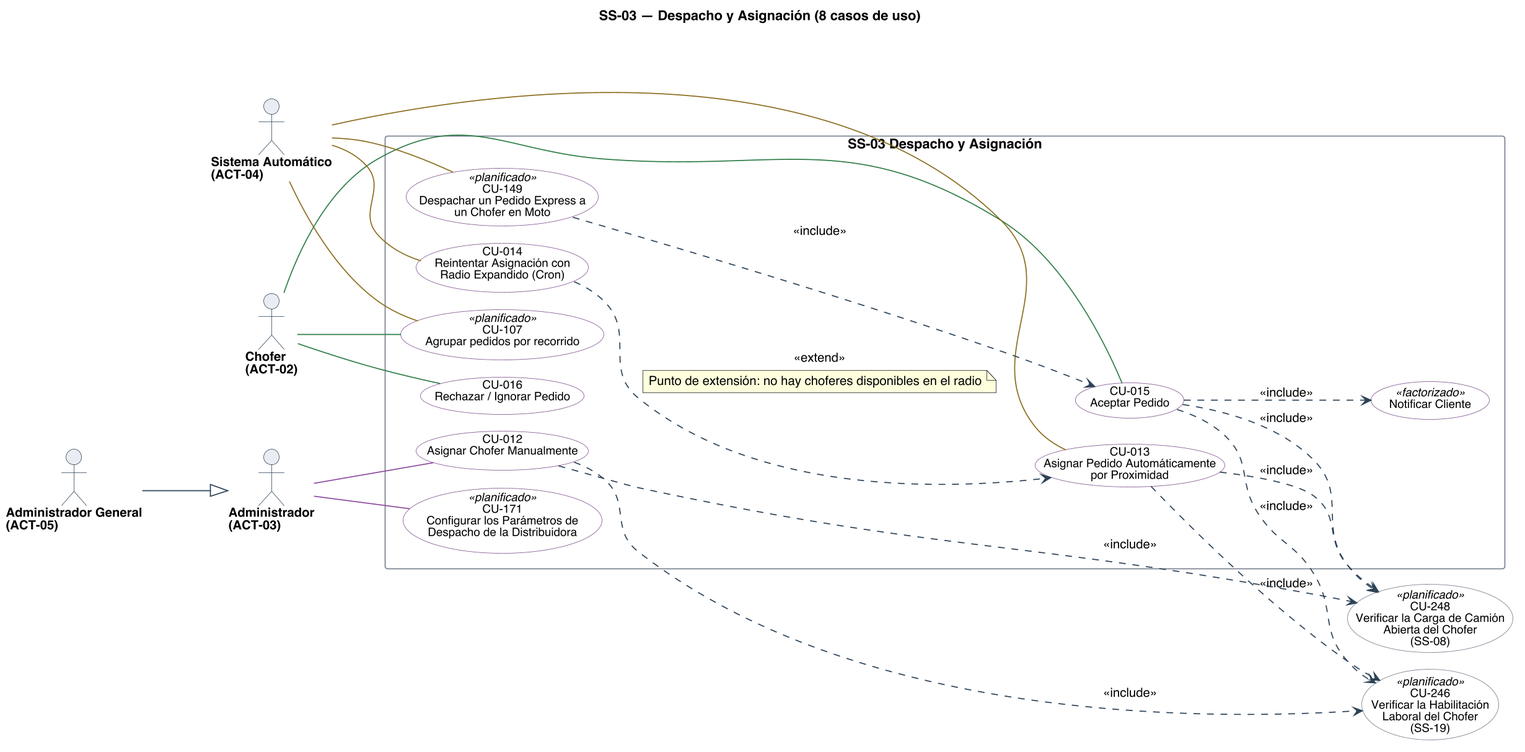
The PlantUML diagram diagramas/uml/CU_SS-03_Despacho-Y-Asignacion.png in Nahuelito-Dev/splg-docs, before a commit.
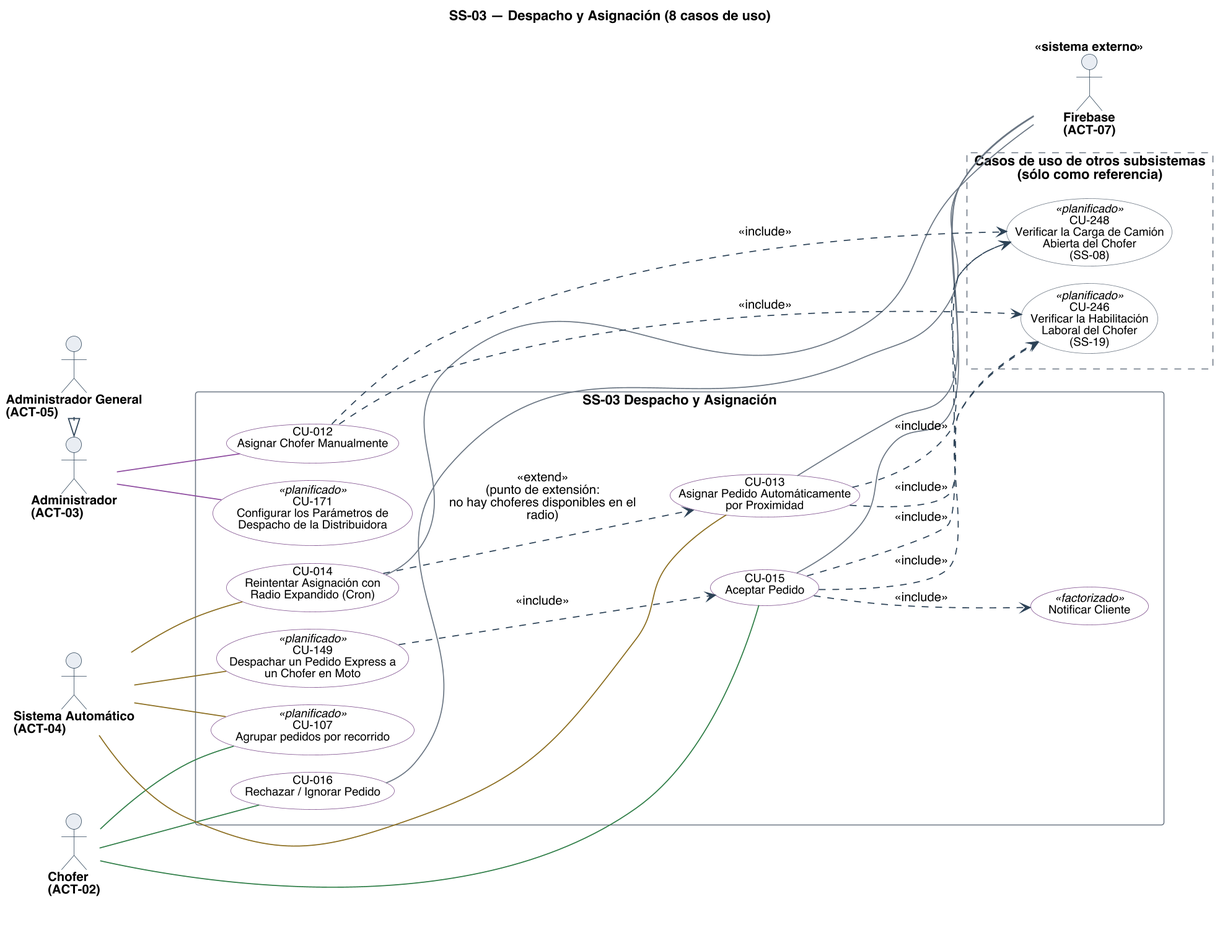
After the commit.

Change to the diagram source:
```diff
@@ -38,6 +38,7 @@
 actor "Administrador\n(ACT-03)" as A03
 actor "Sistema Automático\n(ACT-04)" as A04
 actor "Administrador General\n(ACT-05)" as A05
+actor "Firebase\n(ACT-07)" as A07 <<sistema externo>>
 
 rectangle "SS-03 Despacho y Asignación" {
   usecase "CU-012\nAsignar Chofer Manualmente" as U012 #back:FFFFFF;line:7B4B8A
@@ -51,8 +52,10 @@
   usecase "Notificar Cliente" as F_AVISO <<factorizado>> #back:FFFFFF;line:7B4B8A
 }
 
-usecase "CU-246\nVerificar la Habilitación\nLaboral del Chofer\n(SS-19)" as U246 <<planificado>> #back:FFFFFF;line:6B7683
-usecase "CU-248\nVerificar la Carga de Camión\nAbierta del Chofer\n(SS-08)" as U248 <<planificado>> #back:FFFFFF;line:6B7683
+rectangle "Casos de uso de otros subsistemas\n(sólo como referencia)" as OTROS #back:FFFFFF;line:6B7683;line.dashed {
+  usecase "CU-246\nVerificar la Habilitación\nLaboral del Chofer\n(SS-19)" as U246 <<planificado>> #back:FFFFFF;line:6B7683
+  usecase "CU-248\nVerificar la Carga de Camión\nAbierta del Chofer\n(SS-08)" as U248 <<planificado>> #back:FFFFFF;line:6B7683
+}
 
 A02 -[#2E7D46]- U015
 A02 -[#2E7D46]- U016
@@ -63,7 +66,11 @@
 A04 -[#8A6D1F]- U014
 A04 -[#8A6D1F]- U107
 A04 -[#8A6D1F]- U149
-A05 --|> A03
+U013 -[#6B7683]- A07
+U014 -[#6B7683]- A07
+U015 -[#6B7683]- A07
+U016 -[#6B7683]- A07
+A05 -right-|> A03
 
 U149 ..> U015 : <<include>>
 U015 ..> F_AVISO : <<include>>
@@ -74,9 +81,6 @@
 U013 ..> U248 : <<include>>
 U015 ..> U248 : <<include>>
 
-U014 ..> U013 : <<extend>>
-note on link
-  Punto de extensión: no hay choferes disponibles en el radio
-end note
+U014 ..> U013 : <<extend>>\n(punto de extensión:\nno hay choferes disponibles en el\nradio)
 
 @enduml
```
